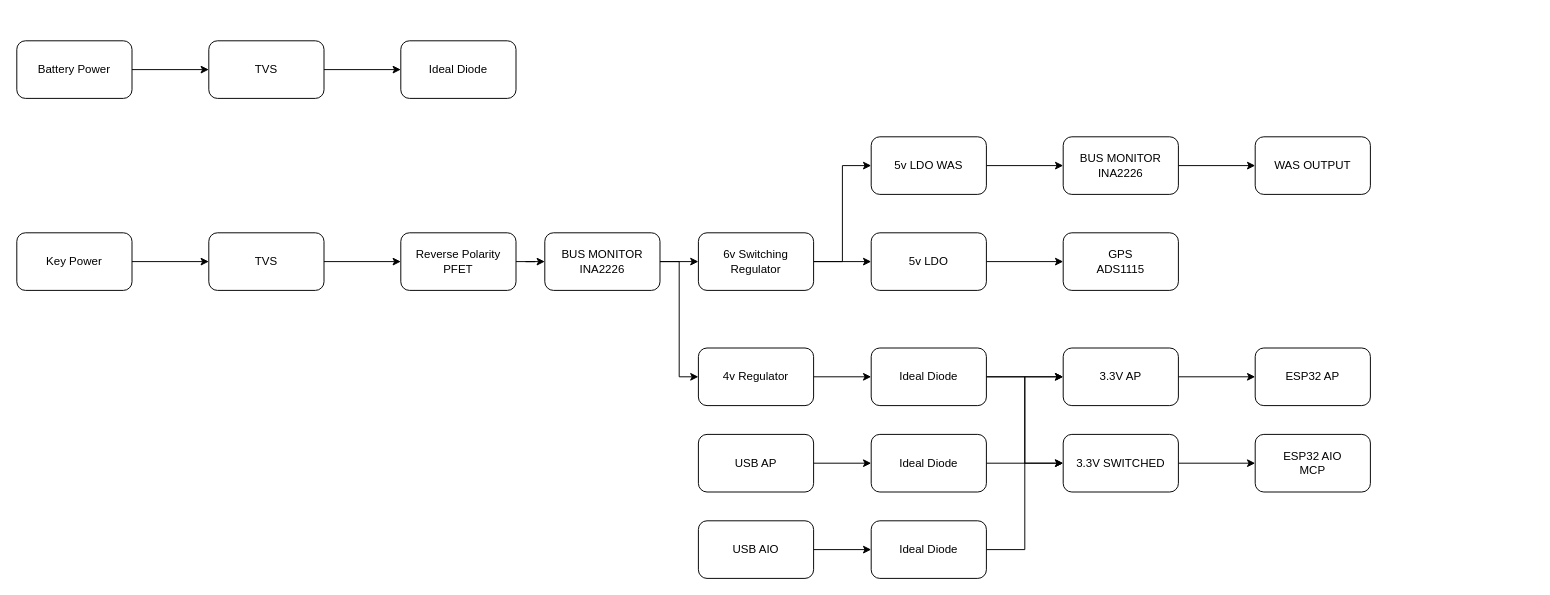
The draw.io diagram page "POWER" (1 of 2) of Untitled Diagram.drawio in stevennolte/Module_Firmware, before the edit. Source tidied: cells renumbered, new cells numbered last; positions are measured from the earlier drawing's top-left corner, leaving out a move shared by most shapes. Both pictures are drawn from the tidied source at 96%, with x=0, y=0 at pixel (16, 40).
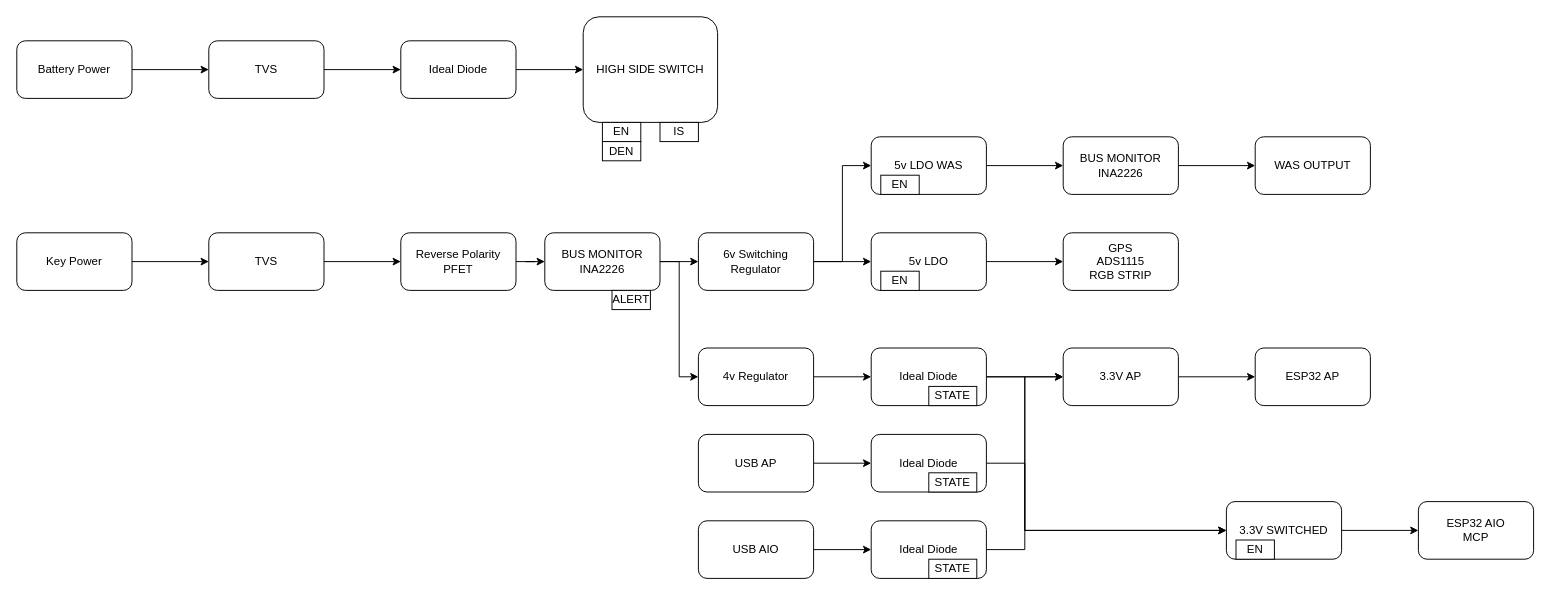
The same diagram, later.

The change refers to these unchanged cells:
```xml
<mxCell id="12" value="Ideal Diode" style="rounded=1;whiteSpace=wrap;html=1;" parent="1" vertex="1">
  <mxGeometry x="400" width="120" height="60" as="geometry" />
</mxCell>
<mxCell id="31" value="Ideal Diode" style="rounded=1;whiteSpace=wrap;html=1;" parent="1" vertex="1">
  <mxGeometry x="890" y="320" width="120" height="60" as="geometry" />
</mxCell>
<mxCell id="37" value="Ideal Diode" style="rounded=1;whiteSpace=wrap;html=1;" parent="1" vertex="1">
  <mxGeometry x="890" y="410" width="120" height="60" as="geometry" />
</mxCell>
```

Change to the diagram source:
```diff
@@
+    <mxCell id="46" style="edgeStyle=orthogonalEdgeStyle;rounded=0;jettySize=auto;html=1;" parent="1" edge="1" source="12" target="53">
+      <mxGeometry relative="1" as="geometry" />
+    </mxCell>
@@
-    <mxCell id="22" value="GPS&lt;div&gt;ADS1115&lt;/div&gt;" style="rounded=1;whiteSpace=wrap;html=1;" parent="1" vertex="1">
+    <mxCell id="22" value="GPS&lt;div&gt;ADS1115&lt;/div&gt;&lt;div&gt;RGB STRIP&lt;/div&gt;" style="rounded=1;whiteSpace=wrap;html=1;" parent="1" vertex="1">
       <mxGeometry x="1090" y="200" width="120" height="60" as="geometry" />
     </mxCell>
@@
     <mxCell id="30" style="edgeStyle=orthogonalEdgeStyle;rounded=0;jettySize=auto;html=1;exitX=1;exitY=0.5;exitDx=0;exitDy=0;entryX=0;entryY=0.5;entryDx=0;entryDy=0;" parent="1" edge="1" source="31" target="35">
-      <mxGeometry relative="1" as="geometry" />
+      <mxGeometry relative="1" as="geometry">
+        <Array as="points">
+          <mxPoint x="1050" y="350" />
+          <mxPoint x="1050" y="510" />
+        </Array>
+      </mxGeometry>
     </mxCell>
@@
     <mxCell id="35" value="3.3V SWITCHED" style="rounded=1;whiteSpace=wrap;html=1;" parent="1" vertex="1">
-      <mxGeometry x="1090" y="410" width="120" height="60" as="geometry" />
+      <mxGeometry x="1260" y="480" width="120" height="60" as="geometry" />
     </mxCell>
     <mxCell id="36" style="edgeStyle=orthogonalEdgeStyle;rounded=0;jettySize=auto;html=1;exitX=1;exitY=0.5;exitDx=0;exitDy=0;entryX=0;entryY=0.5;entryDx=0;entryDy=0;" parent="1" edge="1" source="37" target="35">
-      <mxGeometry relative="1" as="geometry" />
+      <mxGeometry relative="1" as="geometry">
+        <Array as="points">
+          <mxPoint x="1050" y="440" />
+          <mxPoint x="1050" y="510" />
+        </Array>
+      </mxGeometry>
     </mxCell>
@@
     <mxCell id="45" value="ESP32 AIO&lt;div&gt;MCP&lt;/div&gt;" style="rounded=1;whiteSpace=wrap;html=1;" parent="1" vertex="1">
-      <mxGeometry x="1290" y="410" width="120" height="60" as="geometry" />
+      <mxGeometry x="1460" y="480" width="120" height="60" as="geometry" />
     </mxCell>
+    <mxCell id="47" value="EN" style="rounded=0;whiteSpace=wrap;html=1;" parent="1" vertex="1">
+      <mxGeometry x="1270" y="520" width="40" height="20" as="geometry" />
+    </mxCell>
+    <mxCell id="48" value="EN" style="rounded=0;whiteSpace=wrap;html=1;" parent="1" vertex="1">
+      <mxGeometry x="900" y="240" width="40" height="20" as="geometry" />
+    </mxCell>
+    <mxCell id="49" value="EN" style="rounded=0;whiteSpace=wrap;html=1;" parent="1" vertex="1">
+      <mxGeometry x="900" y="140" width="40" height="20" as="geometry" />
+    </mxCell>
+    <mxCell id="50" value="STATE" style="rounded=0;whiteSpace=wrap;html=1;" parent="1" vertex="1">
+      <mxGeometry x="950" y="450" width="50" height="20" as="geometry" />
+    </mxCell>
+    <mxCell id="51" value="STATE" style="rounded=0;whiteSpace=wrap;html=1;" parent="1" vertex="1">
+      <mxGeometry x="950" y="360" width="50" height="20" as="geometry" />
+    </mxCell>
+    <mxCell id="52" value="STATE" style="rounded=0;whiteSpace=wrap;html=1;" parent="1" vertex="1">
+      <mxGeometry x="950" y="540" width="50" height="20" as="geometry" />
+    </mxCell>
+    <mxCell id="53" value="HIGH SIDE SWITCH" style="rounded=1;whiteSpace=wrap;html=1;" parent="1" vertex="1">
+      <mxGeometry x="590" y="-25" width="140" height="110" as="geometry" />
+    </mxCell>
+    <mxCell id="54" value="EN" style="rounded=0;whiteSpace=wrap;html=1;" parent="1" vertex="1">
+      <mxGeometry x="610" y="85" width="40" height="20" as="geometry" />
+    </mxCell>
+    <mxCell id="55" value="DEN" style="rounded=0;whiteSpace=wrap;html=1;" parent="1" vertex="1">
+      <mxGeometry x="610" y="105" width="40" height="20" as="geometry" />
+    </mxCell>
+    <mxCell id="56" value="IS" style="rounded=0;whiteSpace=wrap;html=1;" parent="1" vertex="1">
+      <mxGeometry x="670" y="85" width="40" height="20" as="geometry" />
+    </mxCell>
+    <mxCell id="57" value="ALERT" style="rounded=0;whiteSpace=wrap;html=1;" parent="1" vertex="1">
+      <mxGeometry x="620" y="260" width="40" height="20" as="geometry" />
+    </mxCell>
```
